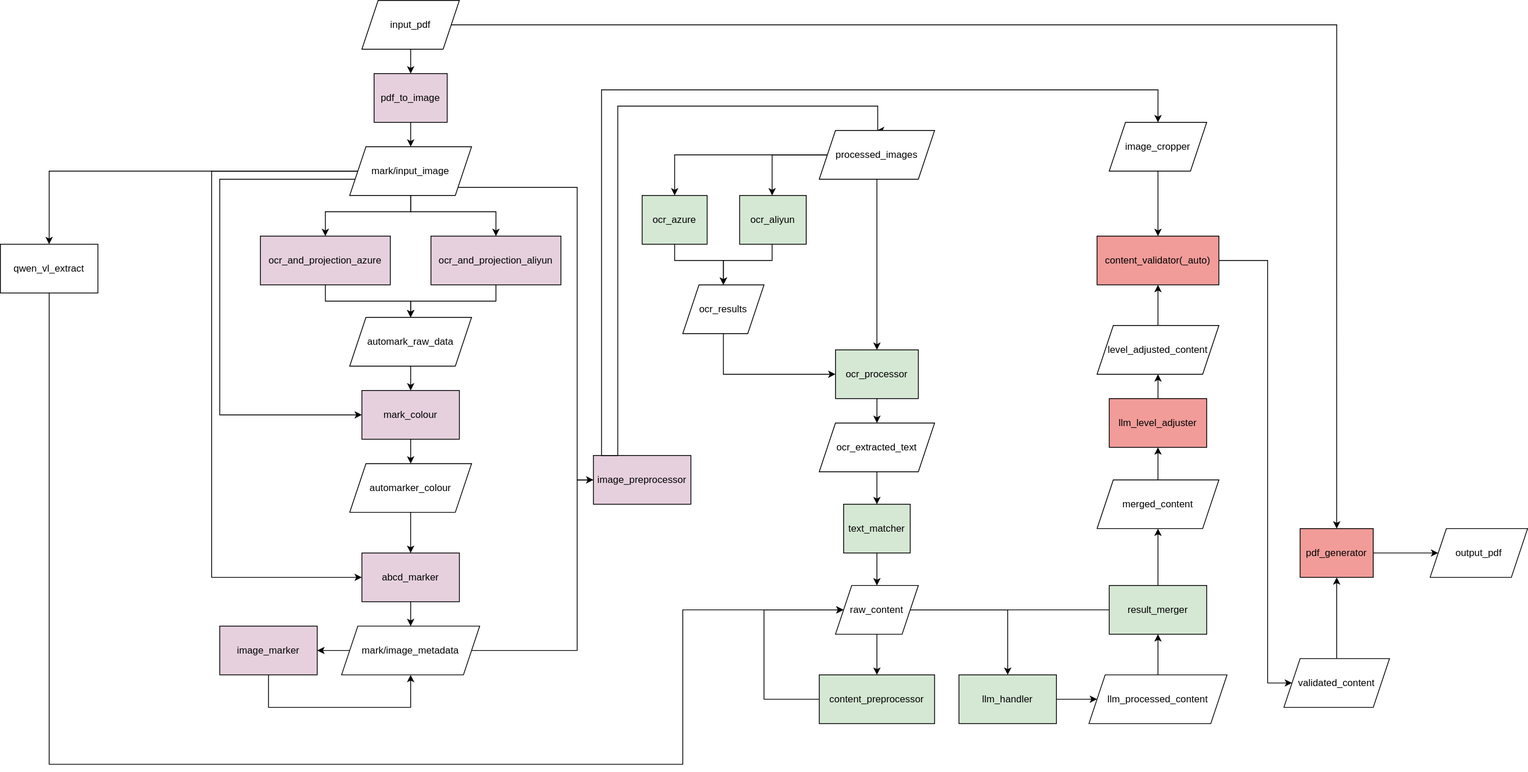
Earlier version of the draw.io export docs/数据关系传递.svg (NatsUIJM/autoContents). Source tidied: cells renumbered, new cells last; positions are measured from the earlier drawing's top-left corner, leaving out a move shared by most shapes.
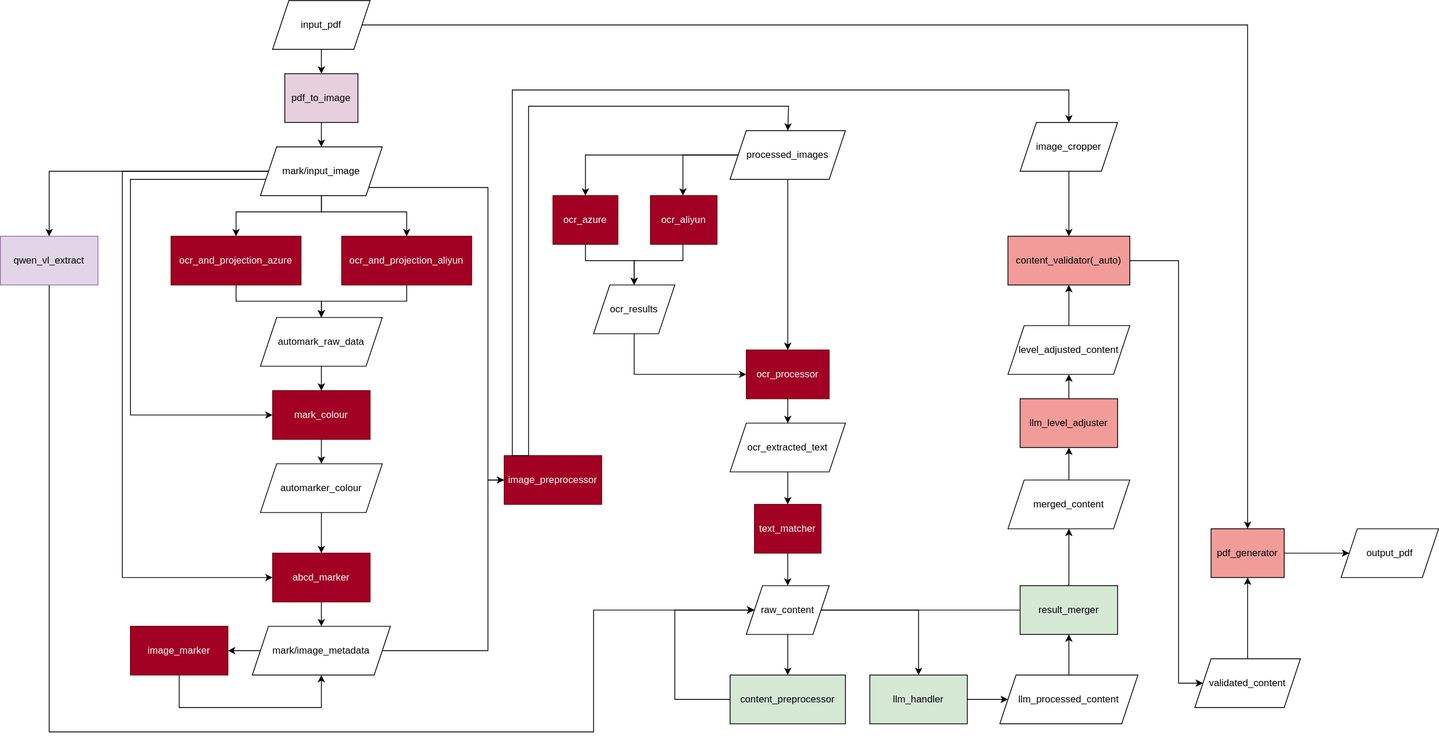
The same file after the commit.

Diff of the diagram source:
```diff
@@ -86,7 +86,7 @@
         </Array>
       </mxGeometry>
     </mxCell>
-    <mxCell id="18" value="image_marker" style="whiteSpace=wrap;html=1;fillColor=#E6D0DE;" parent="1" vertex="1">
+    <mxCell id="18" value="image_marker" style="whiteSpace=wrap;html=1;fillColor=#a20025;fontColor=#ffffff;strokeColor=#6F0000;" parent="1" vertex="1">
       <mxGeometry x="270" y="770" width="120" height="60" as="geometry" />
     </mxCell>
     <mxCell id="19" style="edgeStyle=orthogonalEdgeStyle;rounded=0;jettySize=auto;html=1;exitX=0.25;exitY=0;exitDx=0;exitDy=0;entryX=0.5;entryY=0;entryDx=0;entryDy=0;" parent="1" edge="1" source="20" target="24">
@@ -97,7 +97,7 @@
         </Array>
       </mxGeometry>
     </mxCell>
-    <mxCell id="20" value="image_preprocessor" style="whiteSpace=wrap;html=1;fillColor=#E6D0DE;" parent="1" vertex="1">
+    <mxCell id="20" value="image_preprocessor" style="whiteSpace=wrap;html=1;fillColor=#a20025;fontColor=#ffffff;strokeColor=#6F0000;" parent="1" vertex="1">
       <mxGeometry x="730" y="560" width="120" height="60" as="geometry" />
     </mxCell>
     <mxCell id="21" style="edgeStyle=orthogonalEdgeStyle;rounded=0;jettySize=auto;html=1;entryX=0.5;entryY=0;entryDx=0;entryDy=0;" parent="1" edge="1" source="24" target="29">
@@ -139,7 +139,7 @@
         </Array>
       </mxGeometry>
     </mxCell>
-    <mxCell id="29" value="ocr_azure" style="whiteSpace=wrap;html=1;fillColor=#D5E8D4;" parent="1" vertex="1">
+    <mxCell id="29" value="ocr_azure" style="whiteSpace=wrap;html=1;fillColor=#a20025;fontColor=#ffffff;strokeColor=#6F0000;" parent="1" vertex="1">
       <mxGeometry x="790" y="240" width="80" height="60" as="geometry" />
     </mxCell>
     <mxCell id="30" style="edgeStyle=orthogonalEdgeStyle;rounded=0;jettySize=auto;html=1;entryX=0;entryY=0.5;entryDx=0;entryDy=0;" parent="1" edge="1" source="31" target="35">
@@ -160,13 +160,13 @@
         </Array>
       </mxGeometry>
     </mxCell>
-    <mxCell id="33" value="ocr_aliyun" style="whiteSpace=wrap;html=1;fillColor=#D5E8D4;" parent="1" vertex="1">
+    <mxCell id="33" value="ocr_aliyun" style="whiteSpace=wrap;html=1;fillColor=#a20025;fontColor=#ffffff;strokeColor=#6F0000;" parent="1" vertex="1">
       <mxGeometry x="910" y="240" width="82" height="60" as="geometry" />
     </mxCell>
     <mxCell id="34" style="edgeStyle=orthogonalEdgeStyle;rounded=0;jettySize=auto;html=1;" parent="1" edge="1" source="35" target="37">
       <mxGeometry relative="1" as="geometry" />
     </mxCell>
-    <mxCell id="35" value="ocr_processor" style="whiteSpace=wrap;html=1;fillColor=#D5E8D4;" parent="1" vertex="1">
+    <mxCell id="35" value="ocr_processor" style="whiteSpace=wrap;html=1;fillColor=#a20025;fontColor=#ffffff;strokeColor=#6F0000;" parent="1" vertex="1">
       <mxGeometry x="1028" y="430" width="102" height="60" as="geometry" />
     </mxCell>
     <mxCell id="36" style="edgeStyle=orthogonalEdgeStyle;rounded=0;jettySize=auto;html=1;" parent="1" edge="1" source="37" target="39">
@@ -178,7 +178,7 @@
     <mxCell id="38" style="edgeStyle=orthogonalEdgeStyle;rounded=0;jettySize=auto;html=1;" parent="1" edge="1" source="39" target="43">
       <mxGeometry relative="1" as="geometry" />
     </mxCell>
-    <mxCell id="39" value="text_matcher" style="whiteSpace=wrap;html=1;fillColor=#D5E8D4;" parent="1" vertex="1">
+    <mxCell id="39" value="text_matcher" style="whiteSpace=wrap;html=1;fillColor=#a20025;fontColor=#ffffff;strokeColor=#6F0000;" parent="1" vertex="1">
       <mxGeometry x="1038" y="620" width="82" height="60" as="geometry" />
     </mxCell>
     <mxCell id="40" style="edgeStyle=orthogonalEdgeStyle;rounded=0;jettySize=auto;html=1;entryX=0.5;entryY=0;entryDx=0;entryDy=0;" parent="1" edge="1" source="43" target="45">
@@ -279,13 +279,13 @@
     <mxCell id="67" style="edgeStyle=orthogonalEdgeStyle;rounded=0;jettySize=auto;html=1;" parent="1" edge="1" source="68" target="66">
       <mxGeometry relative="1" as="geometry" />
     </mxCell>
-    <mxCell id="68" value="mark_colour" style="whiteSpace=wrap;html=1;fillColor=#E6D0DE;" parent="1" vertex="1">
+    <mxCell id="68" value="mark_colour" style="whiteSpace=wrap;html=1;fillColor=#a20025;fontColor=#ffffff;strokeColor=#6F0000;" parent="1" vertex="1">
       <mxGeometry x="445" y="480" width="120" height="60" as="geometry" />
     </mxCell>
     <mxCell id="69" style="edgeStyle=orthogonalEdgeStyle;rounded=0;jettySize=auto;html=1;entryX=0.5;entryY=0;entryDx=0;entryDy=0;" parent="1" edge="1" source="70" target="16">
       <mxGeometry relative="1" as="geometry" />
     </mxCell>
-    <mxCell id="70" value="abcd_marker" style="whiteSpace=wrap;html=1;fillColor=#E6D0DE;" parent="1" vertex="1">
+    <mxCell id="70" value="abcd_marker" style="whiteSpace=wrap;html=1;fillColor=#a20025;fontColor=#ffffff;strokeColor=#6F0000;" parent="1" vertex="1">
       <mxGeometry x="445" y="680" width="120" height="60" as="geometry" />
     </mxCell>
     <mxCell id="71" style="edgeStyle=orthogonalEdgeStyle;rounded=0;jettySize=auto;html=1;entryX=0.5;entryY=0;entryDx=0;entryDy=0;" parent="1" edge="1" source="72" target="76">
@@ -296,7 +296,7 @@
         </Array>
       </mxGeometry>
     </mxCell>
-    <mxCell id="72" value="ocr_and_projection_azure" style="whiteSpace=wrap;html=1;fillColor=#E6D0DE;" parent="1" vertex="1">
+    <mxCell id="72" value="ocr_and_projection_azure" style="whiteSpace=wrap;html=1;fillColor=#a20025;fontColor=#ffffff;strokeColor=#6F0000;" parent="1" vertex="1">
       <mxGeometry x="320" y="290" width="160" height="60" as="geometry" />
     </mxCell>
     <mxCell id="73" style="edgeStyle=orthogonalEdgeStyle;rounded=0;jettySize=auto;html=1;entryX=0.5;entryY=0;entryDx=0;entryDy=0;" parent="1" edge="1" source="74" target="76">
@@ -307,7 +307,7 @@
         </Array>
       </mxGeometry>
     </mxCell>
-    <mxCell id="74" value="ocr_and_projection_aliyun" style="whiteSpace=wrap;html=1;fillColor=#E6D0DE;" parent="1" vertex="1">
+    <mxCell id="74" value="ocr_and_projection_aliyun" style="whiteSpace=wrap;html=1;fillColor=#a20025;fontColor=#ffffff;strokeColor=#6F0000;" parent="1" vertex="1">
       <mxGeometry x="530" y="290" width="160" height="60" as="geometry" />
     </mxCell>
     <mxCell id="75" style="edgeStyle=orthogonalEdgeStyle;rounded=0;jettySize=auto;html=1;" parent="1" edge="1" source="76" target="68">
@@ -319,14 +319,14 @@
     <mxCell id="77" style="edgeStyle=orthogonalEdgeStyle;rounded=0;jettySize=auto;html=1;" parent="1" edge="1" source="78" target="43">
       <mxGeometry relative="1" as="geometry">
         <Array as="points">
-          <mxPoint x="60" y="940" />
-          <mxPoint x="840" y="940" />
+          <mxPoint x="170" y="900" />
+          <mxPoint x="840" y="900" />
           <mxPoint x="840" y="750" />
         </Array>
       </mxGeometry>
     </mxCell>
-    <mxCell id="78" value="qwen_vl_extract" style="whiteSpace=wrap;html=1;" parent="1" vertex="1">
-      <mxGeometry y="300" width="120" height="60" as="geometry" />
+    <mxCell id="78" value="qwen_vl_extract" style="whiteSpace=wrap;html=1;fillColor=#e1d5e7;strokeColor=#9673a6;" parent="1" vertex="1">
+      <mxGeometry x="110" y="290" width="120" height="60" as="geometry" />
     </mxCell>
   </root>
 </mxGraphModel>
```
